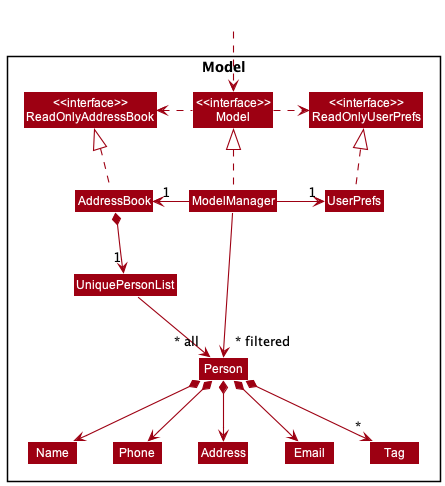
Earlier version of the PlantUML export docs/images/ModelClassDiagram.png (nus-cs2103-AY2223S1/tp).
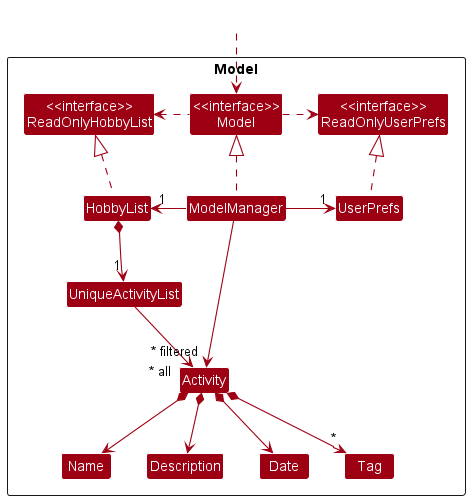
Above is the later version.

Change to the diagram source:
```diff
@@ -5,19 +5,18 @@
 skinparam classBackgroundColor MODEL_COLOR
 
 Package Model <<Rectangle>>{
-Class "<<interface>>\nReadOnlyAddressBook" as ReadOnlyAddressBook
+Class "<<interface>>\nReadOnlyHobbyList" as ReadOnlyHobbyList
 Class "<<interface>>\nReadOnlyUserPrefs" as ReadOnlyUserPrefs
 Class "<<interface>>\nModel" as Model
-Class AddressBook
+Class HobbyList
 Class ModelManager
 Class UserPrefs
 
-Class UniquePersonList
-Class Person
-Class Address
-Class Email
+Class UniqueActivityList
+Class Activity
+Class Date
+Class Description
 Class Name
-Class Phone
 Class Tag
 
 }
@@ -25,26 +24,25 @@
 Class HiddenOutside #FFFFFF
 HiddenOutside ..> Model
 
-AddressBook .up.|> ReadOnlyAddressBook
+HobbyList .up.|> ReadOnlyHobbyList
 
 ModelManager .up.|> Model
 Model .right.> ReadOnlyUserPrefs
-Model .left.> ReadOnlyAddressBook
-ModelManager -left-> "1" AddressBook
+Model .left.> ReadOnlyHobbyList
+ModelManager -left-> "1" HobbyList
 ModelManager -right-> "1" UserPrefs
 UserPrefs .up.|> ReadOnlyUserPrefs
 
-AddressBook *--> "1" UniquePersonList
-UniquePersonList --> "~* all" Person
-Person *--> Name
-Person *--> Phone
-Person *--> Email
-Person *--> Address
-Person *--> "*" Tag
+HobbyList *--> "1" UniqueActivityList
+UniqueActivityList --> "~* all" Activity
+Activity *--> Name
+Activity *--> Description
+Activity *--> Date
+Activity *--> "*" Tag
 
-Name -[hidden]right-> Phone
-Phone -[hidden]right-> Address
-Address -[hidden]right-> Email
+Name -[hidden]right-> Description
+Date -[hidden]right-> Tag
+Description -[hidden]right-> Date
 
-ModelManager -->"~* filtered" Person
+ModelManager -->"~* filtered" Activity
 @enduml
```
